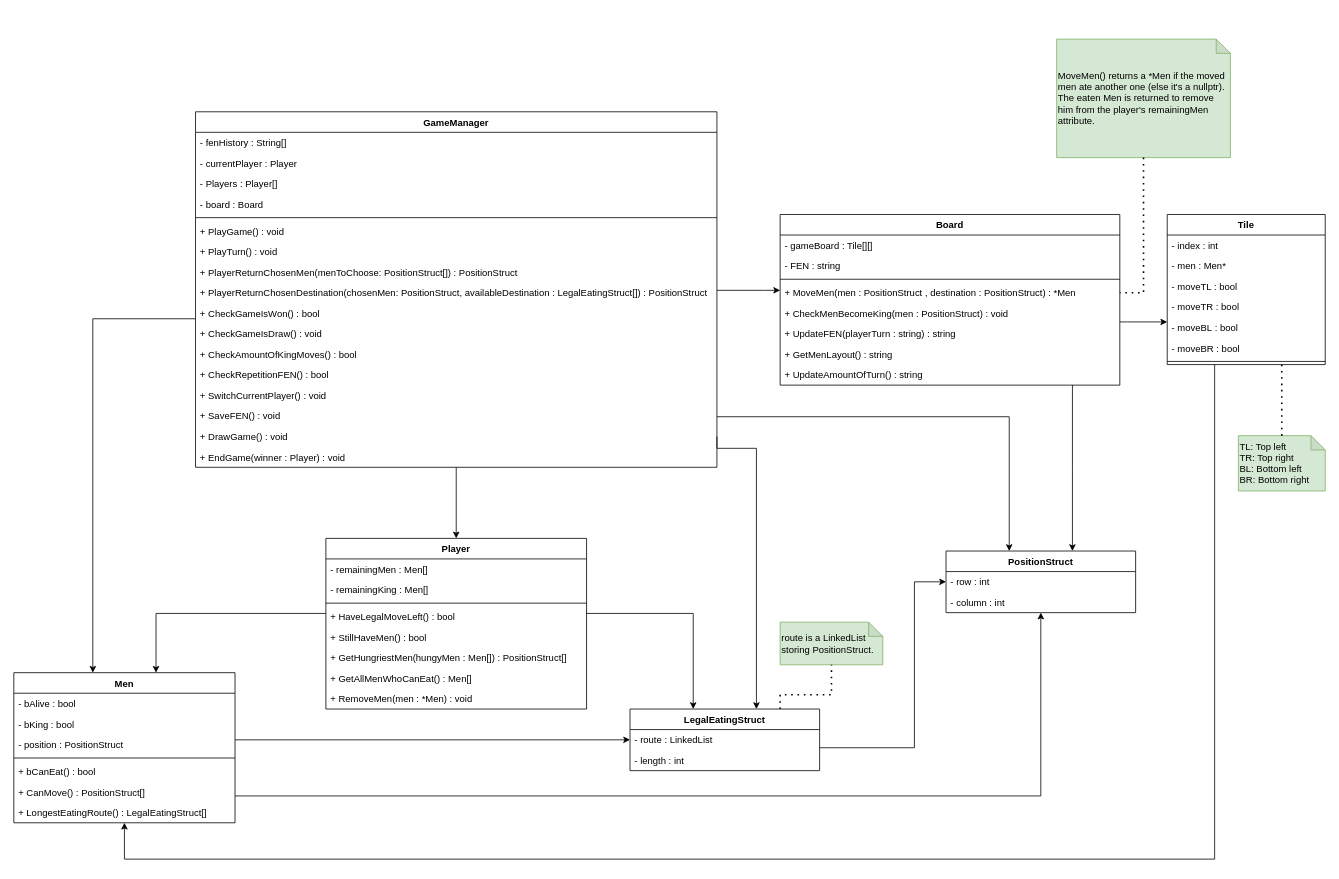
Before: page "Draughts Class Diagrams" (1 of 6) of Draughts.drawio in TheKrillenum/Draught, a draw.io diagram. Source tidied: cells renumbered, new cells numbered last; positions are measured from the earlier drawing's top-left corner, leaving out a move shared by most shapes. Both pictures are drawn from the tidied source at 79%, with x=0, y=0 at pixel (13, 39).
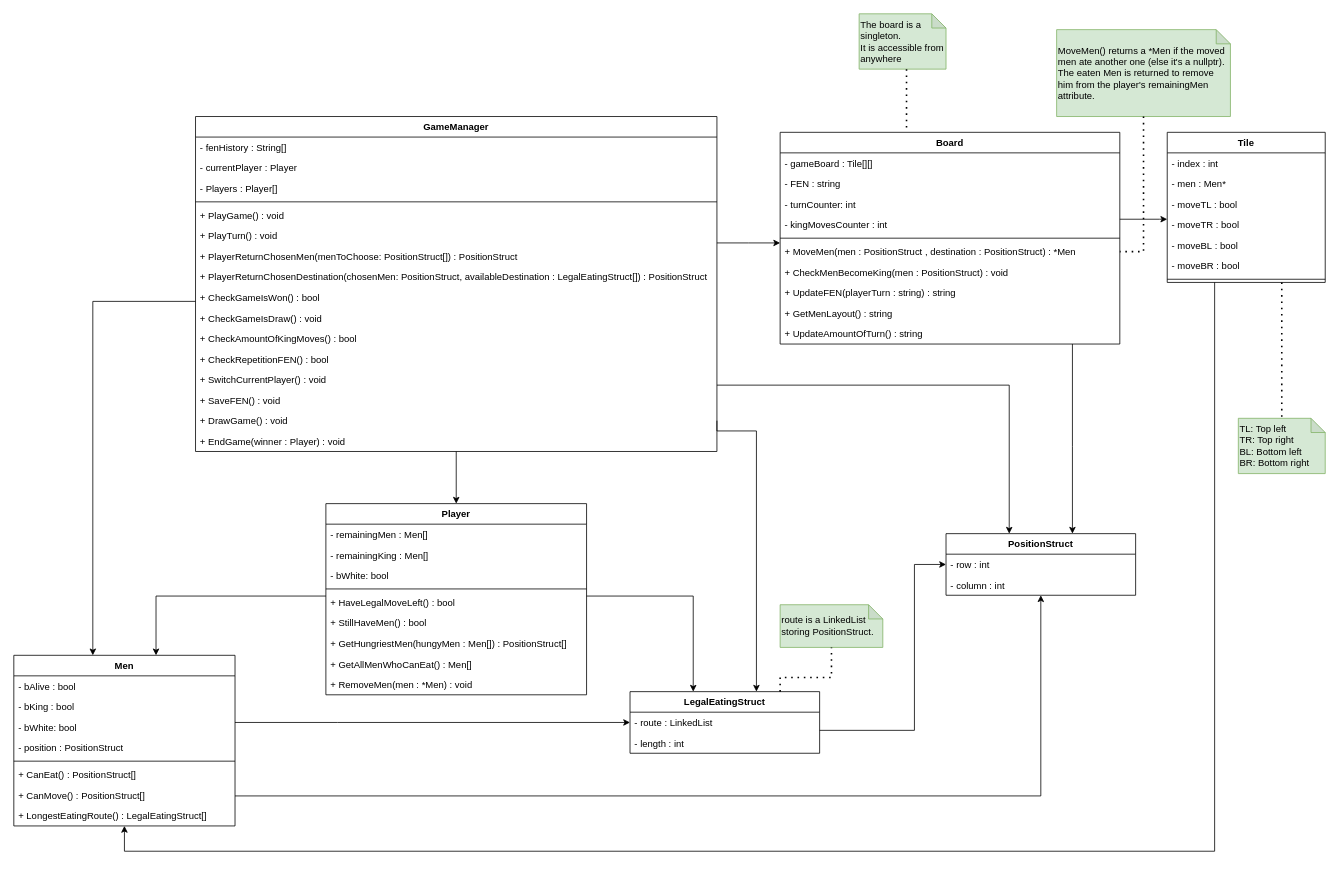
The same diagram, later.

Commit message (it also covers changes not shown here):
Board and Player activity diagram completed

Diff of the diagram source:
```diff
@@
     <mxCell id="2" value="Board" style="swimlane;fontStyle=1;align=center;verticalAlign=top;horizontal=1;startSize=26;" parent="1" vertex="1">
-      <mxGeometry x="970" y="222" width="430" height="216" as="geometry" />
+      <mxGeometry x="970" y="118" width="430" height="268" as="geometry" />
     </mxCell>
@@
+    <mxCell id="79" value="- FEN : string" style="text;strokeColor=none;fillColor=none;align=left;verticalAlign=top;spacingLeft=4;spacingRight=4;overflow=hidden;" parent="2" vertex="1">
+      <mxGeometry y="52" width="430" height="26" as="geometry" />
+    </mxCell>
+    <mxCell id="80" value="- turnCounter: int" style="text;strokeColor=none;fillColor=none;align=left;verticalAlign=top;spacingLeft=4;spacingRight=4;overflow=hidden;" parent="2" vertex="1">
+      <mxGeometry y="78" width="430" height="26" as="geometry" />
+    </mxCell>
-    <mxCell id="4" value="- FEN : string" style="text;strokeColor=none;fillColor=none;align=left;verticalAlign=top;spacingLeft=4;spacingRight=4;overflow=hidden;" parent="2" vertex="1">
-      <mxGeometry y="52" width="430" height="26" as="geometry" />
+    <mxCell id="4" value="- kingMovesCounter : int" style="text;strokeColor=none;fillColor=none;align=left;verticalAlign=top;spacingLeft=4;spacingRight=4;overflow=hidden;" parent="2" vertex="1">
+      <mxGeometry y="104" width="430" height="26" as="geometry" />
     </mxCell>
     <mxCell id="5" style="line;strokeWidth=1;fillColor=none;align=left;verticalAlign=middle;spacingTop=-1;spacingLeft=3;spacingRight=3;labelPosition=right;strokeColor=inherit;" parent="2" vertex="1">
-      <mxGeometry y="78" width="430" height="8" as="geometry" />
+      <mxGeometry y="130" width="430" height="8" as="geometry" />
     </mxCell>
     <mxCell id="6" value="+ MoveMen(men : PositionStruct , destination : PositionStruct) : *Men" style="text;strokeColor=none;fillColor=none;align=left;verticalAlign=top;spacingLeft=4;spacingRight=4;overflow=hidden;points=[[0,0.5],[1,0.5]];portConstraint=eastwest;" parent="2" vertex="1">
-      <mxGeometry y="86" width="430" height="26" as="geometry" />
+      <mxGeometry y="138" width="430" height="26" as="geometry" />
     </mxCell>
     <mxCell id="7" value="+ CheckMenBecomeKing(men : PositionStruct) : void" style="text;strokeColor=none;fillColor=none;align=left;verticalAlign=top;spacingLeft=4;spacingRight=4;overflow=hidden;" parent="2" vertex="1">
-      <mxGeometry y="112" width="430" height="26" as="geometry" />
+      <mxGeometry y="164" width="430" height="26" as="geometry" />
     </mxCell>
     <mxCell id="8" value="+ UpdateFEN(playerTurn : string) : string" style="text;strokeColor=none;fillColor=none;align=left;verticalAlign=top;spacingLeft=4;spacingRight=4;overflow=hidden;" parent="2" vertex="1">
-      <mxGeometry y="138" width="430" height="26" as="geometry" />
+      <mxGeometry y="190" width="430" height="26" as="geometry" />
     </mxCell>
     <mxCell id="9" value="+ GetMenLayout() : string" style="text;strokeColor=none;fillColor=none;align=left;verticalAlign=top;spacingLeft=4;spacingRight=4;overflow=hidden;" parent="2" vertex="1">
-      <mxGeometry y="164" width="430" height="26" as="geometry" />
+      <mxGeometry y="216" width="430" height="26" as="geometry" />
     </mxCell>
     <mxCell id="10" value="+ UpdateAmountOfTurn() : string" style="text;strokeColor=none;fillColor=none;align=left;verticalAlign=top;spacingLeft=4;spacingRight=4;overflow=hidden;" parent="2" vertex="1">
-      <mxGeometry y="190" width="430" height="26" as="geometry" />
+      <mxGeometry y="242" width="430" height="26" as="geometry" />
     </mxCell>
     <mxCell id="11" value="GameManager" style="swimlane;fontStyle=1;align=center;verticalAlign=top;horizontal=1;startSize=26;" parent="1" vertex="1">
-      <mxGeometry x="230" y="92" width="660" height="450" as="geometry" />
+      <mxGeometry x="230" y="98" width="660" height="424" as="geometry" />
     </mxCell>
@@
-    <mxCell id="15" value="- board : Board" style="text;strokeColor=none;fillColor=none;align=left;verticalAlign=top;spacingLeft=4;spacingRight=4;overflow=hidden;" parent="11" vertex="1">
-      <mxGeometry y="104" width="660" height="26" as="geometry" />
-    </mxCell>
     <mxCell id="16" style="line;strokeWidth=1;fillColor=none;align=left;verticalAlign=middle;spacingTop=-1;spacingLeft=3;spacingRight=3;labelPosition=right;strokeColor=inherit;" parent="11" vertex="1">
-      <mxGeometry y="130" width="660" height="8" as="geometry" />
+      <mxGeometry y="104" width="660" height="8" as="geometry" />
     </mxCell>
     <mxCell id="17" value="+ PlayGame() : void" style="text;strokeColor=none;fillColor=none;align=left;verticalAlign=top;spacingLeft=4;spacingRight=4;overflow=hidden;" parent="11" vertex="1">
-      <mxGeometry y="138" width="660" height="26" as="geometry" />
+      <mxGeometry y="112" width="660" height="26" as="geometry" />
     </mxCell>
     <mxCell id="18" value="+ PlayTurn() : void" style="text;strokeColor=none;fillColor=none;align=left;verticalAlign=top;spacingLeft=4;spacingRight=4;overflow=hidden;" parent="11" vertex="1">
-      <mxGeometry y="164" width="660" height="26" as="geometry" />
+      <mxGeometry y="138" width="660" height="26" as="geometry" />
     </mxCell>
     <mxCell id="19" value="+ PlayerReturnChosenMen(menToChoose: PositionStruct[]) : PositionStruct" style="text;strokeColor=none;fillColor=none;align=left;verticalAlign=top;spacingLeft=4;spacingRight=4;overflow=hidden;" parent="11" vertex="1">
-      <mxGeometry y="190" width="660" height="26" as="geometry" />
+      <mxGeometry y="164" width="660" height="26" as="geometry" />
     </mxCell>
     <mxCell id="20" value="+ PlayerReturnChosenDestination(chosenMen: PositionStruct, availableDestination : LegalEatingStruct[]) : PositionStruct" style="text;strokeColor=none;fillColor=none;align=left;verticalAlign=top;spacingLeft=4;spacingRight=4;overflow=hidden;fontSize=12;" parent="11" vertex="1">
-      <mxGeometry y="216" width="660" height="26" as="geometry" />
+      <mxGeometry y="190" width="660" height="26" as="geometry" />
     </mxCell>
     <mxCell id="21" value="+ CheckGameIsWon() : bool" style="text;strokeColor=none;fillColor=none;align=left;verticalAlign=top;spacingLeft=4;spacingRight=4;overflow=hidden;" parent="11" vertex="1">
-      <mxGeometry y="242" width="660" height="26" as="geometry" />
+      <mxGeometry y="216" width="660" height="26" as="geometry" />
     </mxCell>
     <mxCell id="22" value="+ CheckGameIsDraw() : void" style="text;strokeColor=none;fillColor=none;align=left;verticalAlign=top;spacingLeft=4;spacingRight=4;overflow=hidden;" parent="11" vertex="1">
-      <mxGeometry y="268" width="660" height="26" as="geometry" />
+      <mxGeometry y="242" width="660" height="26" as="geometry" />
     </mxCell>
     <mxCell id="23" value="+ CheckAmountOfKingMoves() : bool" style="text;strokeColor=none;fillColor=none;align=left;verticalAlign=top;spacingLeft=4;spacingRight=4;overflow=hidden;" parent="11" vertex="1">
-      <mxGeometry y="294" width="660" height="26" as="geometry" />
+      <mxGeometry y="268" width="660" height="26" as="geometry" />
     </mxCell>
     <mxCell id="24" value="+ CheckRepetitionFEN() : bool" style="text;strokeColor=none;fillColor=none;align=left;verticalAlign=top;spacingLeft=4;spacingRight=4;overflow=hidden;" parent="11" vertex="1">
-      <mxGeometry y="320" width="660" height="26" as="geometry" />
+      <mxGeometry y="294" width="660" height="26" as="geometry" />
     </mxCell>
     <mxCell id="25" value="+ SwitchCurrentPlayer() : void" style="text;strokeColor=none;fillColor=none;align=left;verticalAlign=top;spacingLeft=4;spacingRight=4;overflow=hidden;" parent="11" vertex="1">
-      <mxGeometry y="346" width="660" height="26" as="geometry" />
+      <mxGeometry y="320" width="660" height="26" as="geometry" />
     </mxCell>
     <mxCell id="26" value="+ SaveFEN() : void" style="text;strokeColor=none;fillColor=none;align=left;verticalAlign=top;spacingLeft=4;spacingRight=4;overflow=hidden;" parent="11" vertex="1">
-      <mxGeometry y="372" width="660" height="26" as="geometry" />
+      <mxGeometry y="346" width="660" height="26" as="geometry" />
     </mxCell>
     <mxCell id="27" value="+ DrawGame() : void" style="text;strokeColor=none;fillColor=none;align=left;verticalAlign=top;spacingLeft=4;spacingRight=4;overflow=hidden;points=[[0,0.5],[1,0.5]];portConstraint=eastwest;" parent="11" vertex="1">
-      <mxGeometry y="398" width="660" height="26" as="geometry" />
+      <mxGeometry y="372" width="660" height="26" as="geometry" />
     </mxCell>
     <mxCell id="28" value="+ EndGame(winner : Player) : void" style="text;strokeColor=none;fillColor=none;align=left;verticalAlign=top;spacingLeft=4;spacingRight=4;overflow=hidden;" parent="11" vertex="1">
-      <mxGeometry y="424" width="660" height="26" as="geometry" />
+      <mxGeometry y="398" width="660" height="26" as="geometry" />
     </mxCell>
     <mxCell id="29" value="Men" style="swimlane;fontStyle=1;align=center;verticalAlign=top;horizontal=1;startSize=26;" parent="1" vertex="1">
-      <mxGeometry y="802" width="280" height="190" as="geometry" />
+      <mxGeometry y="780" width="280" height="216" as="geometry" />
     </mxCell>
@@
-    <mxCell id="32" value="- position : PositionStruct" style="text;strokeColor=none;fillColor=none;align=left;verticalAlign=top;spacingLeft=4;spacingRight=4;overflow=hidden;" parent="29" vertex="1">
+    <mxCell id="32" value="- bWhite: bool" style="text;strokeColor=none;fillColor=none;align=left;verticalAlign=top;spacingLeft=4;spacingRight=4;overflow=hidden;" parent="29" vertex="1">
       <mxGeometry y="78" width="280" height="26" as="geometry" />
     </mxCell>
+    <mxCell id="81" value="- position : PositionStruct" style="text;strokeColor=none;fillColor=none;align=left;verticalAlign=top;spacingLeft=4;spacingRight=4;overflow=hidden;" parent="29" vertex="1">
+      <mxGeometry y="104" width="280" height="26" as="geometry" />
+    </mxCell>
     <mxCell id="33" style="line;strokeWidth=1;fillColor=none;align=left;verticalAlign=middle;spacingTop=-1;spacingLeft=3;spacingRight=3;labelPosition=right;strokeColor=inherit;" parent="29" vertex="1">
-      <mxGeometry y="104" width="280" height="8" as="geometry" />
+      <mxGeometry y="130" width="280" height="8" as="geometry" />
     </mxCell>
-    <mxCell id="34" value="+ bCanEat() : bool" style="text;strokeColor=none;fillColor=none;align=left;verticalAlign=top;spacingLeft=4;spacingRight=4;overflow=hidden;" parent="29" vertex="1">
-      <mxGeometry y="112" width="280" height="26" as="geometry" />
+    <mxCell id="34" value="+ CanEat() : PositionStruct[]" style="text;strokeColor=none;fillColor=none;align=left;verticalAlign=top;spacingLeft=4;spacingRight=4;overflow=hidden;" parent="29" vertex="1">
+      <mxGeometry y="138" width="280" height="26" as="geometry" />
     </mxCell>
     <mxCell id="35" value="+ CanMove() : PositionStruct[]" style="text;strokeColor=none;fillColor=none;align=left;verticalAlign=top;spacingLeft=4;spacingRight=4;overflow=hidden;" parent="29" vertex="1">
-      <mxGeometry y="138" width="280" height="26" as="geometry" />
+      <mxGeometry y="164" width="280" height="26" as="geometry" />
     </mxCell>
     <mxCell id="36" value="+ LongestEatingRoute() : LegalEatingStruct[]" style="text;strokeColor=none;fillColor=none;align=left;verticalAlign=top;spacingLeft=4;spacingRight=4;overflow=hidden;" parent="29" vertex="1">
-      <mxGeometry y="164" width="280" height="26" as="geometry" />
+      <mxGeometry y="190" width="280" height="26" as="geometry" />
     </mxCell>
     <mxCell id="37" value="LegalEatingStruct" style="swimlane;fontStyle=1;align=center;verticalAlign=top;horizontal=1;startSize=26;" parent="1" vertex="1">
-      <mxGeometry x="780" y="848" width="240" height="78" as="geometry" />
+      <mxGeometry x="780" y="826" width="240" height="78" as="geometry" />
     </mxCell>
@@
     <mxCell id="40" value="PositionStruct" style="swimlane;fontStyle=1;align=center;verticalAlign=top;horizontal=1;startSize=26;" parent="1" vertex="1">
-      <mxGeometry x="1180" y="648" width="240" height="78" as="geometry" />
+      <mxGeometry x="1180" y="626" width="240" height="78" as="geometry" />
     </mxCell>
@@
     <mxCell id="43" value="Player" style="swimlane;fontStyle=1;align=center;verticalAlign=top;horizontal=1;startSize=26;" parent="1" vertex="1">
-      <mxGeometry x="395" y="632" width="330" height="216" as="geometry" />
+      <mxGeometry x="395" y="588" width="330" height="242" as="geometry" />
     </mxCell>
@@
+    <mxCell id="82" value="- bWhite: bool" style="text;strokeColor=none;fillColor=none;align=left;verticalAlign=top;spacingLeft=4;spacingRight=4;overflow=hidden;" parent="43" vertex="1">
+      <mxGeometry y="78" width="330" height="26" as="geometry" />
+    </mxCell>
     <mxCell id="46" style="line;strokeWidth=1;fillColor=none;align=left;verticalAlign=middle;spacingTop=-1;spacingLeft=3;spacingRight=3;labelPosition=right;strokeColor=inherit;" parent="43" vertex="1">
-      <mxGeometry y="78" width="330" height="8" as="geometry" />
+      <mxGeometry y="104" width="330" height="8" as="geometry" />
     </mxCell>
     <mxCell id="47" value="+ HaveLegalMoveLeft() : bool" style="text;strokeColor=none;fillColor=none;align=left;verticalAlign=top;spacingLeft=4;spacingRight=4;overflow=hidden;" parent="43" vertex="1">
-      <mxGeometry y="86" width="330" height="26" as="geometry" />
+      <mxGeometry y="112" width="330" height="26" as="geometry" />
     </mxCell>
     <mxCell id="48" value="+ StillHaveMen() : bool" style="text;strokeColor=none;fillColor=none;align=left;verticalAlign=top;spacingLeft=4;spacingRight=4;overflow=hidden;" parent="43" vertex="1">
-      <mxGeometry y="112" width="330" height="26" as="geometry" />
+      <mxGeometry y="138" width="330" height="26" as="geometry" />
     </mxCell>
     <mxCell id="49" value="+ GetHungriestMen(hungyMen : Men[]) : PositionStruct[]" style="text;strokeColor=none;fillColor=none;align=left;verticalAlign=top;spacingLeft=4;spacingRight=4;overflow=hidden;" parent="43" vertex="1">
-      <mxGeometry y="138" width="330" height="26" as="geometry" />
+      <mxGeometry y="164" width="330" height="26" as="geometry" />
     </mxCell>
     <mxCell id="50" value="+ GetAllMenWhoCanEat() : Men[]" style="text;strokeColor=none;fillColor=none;align=left;verticalAlign=top;spacingLeft=4;spacingRight=4;overflow=hidden;" parent="43" vertex="1">
-      <mxGeometry y="164" width="330" height="26" as="geometry" />
+      <mxGeometry y="190" width="330" height="26" as="geometry" />
     </mxCell>
     <mxCell id="51" value="+ RemoveMen(men : *Men) : void" style="text;strokeColor=none;fillColor=none;align=left;verticalAlign=top;spacingLeft=4;spacingRight=4;overflow=hidden;" parent="43" vertex="1">
-      <mxGeometry y="190" width="330" height="26" as="geometry" />
+      <mxGeometry y="216" width="330" height="26" as="geometry" />
     </mxCell>
     <mxCell id="52" value="Tile" style="swimlane;fontStyle=1;align=center;verticalAlign=top;horizontal=1;startSize=26;" parent="1" vertex="1">
-      <mxGeometry x="1460" y="222" width="200" height="190" as="geometry" />
+      <mxGeometry x="1460" y="118" width="200" height="190" as="geometry" />
     </mxCell>
@@
     <mxCell id="60" value="MoveMen() returns a *Men if the moved men ate another one (else it's a nullptr). The eaten Men is returned to remove him from the player's remainingMen attribute." style="shape=note;whiteSpace=wrap;html=1;backgroundOutline=1;darkOpacity=0.05;align=left;size=18;fillColor=#d5e8d4;strokeColor=#82b366;" parent="1" vertex="1">
-      <mxGeometry x="1320" width="220" height="150" as="geometry" />
+      <mxGeometry x="1320" y="-12" width="220" height="110" as="geometry" />
     </mxCell>
@@
     <mxCell id="63" style="edgeStyle=orthogonalEdgeStyle;jettySize=auto;html=1;rounded=0;" parent="1" edge="1" source="11" target="29">
       <mxGeometry relative="1" as="geometry">
         <Array as="points">
-          <mxPoint x="100" y="354" />
+          <mxPoint x="100" y="332" />
         </Array>
       </mxGeometry>
     </mxCell>
     <mxCell id="64" style="edgeStyle=orthogonalEdgeStyle;jettySize=auto;html=1;rounded=0;" parent="1" edge="1" source="43" target="29">
       <mxGeometry relative="1" as="geometry">
         <Array as="points">
-          <mxPoint x="180" y="727" />
+          <mxPoint x="180" y="705" />
         </Array>
       </mxGeometry>
     </mxCell>
     <mxCell id="65" style="edgeStyle=orthogonalEdgeStyle;jettySize=auto;html=1;rounded=0;" parent="1" edge="1" source="43" target="37">
       <mxGeometry relative="1" as="geometry">
         <Array as="points">
-          <mxPoint x="860" y="727" />
+          <mxPoint x="860" y="705" />
         </Array>
       </mxGeometry>
     </mxCell>
     <mxCell id="66" style="edgeStyle=orthogonalEdgeStyle;jettySize=auto;html=1;rounded=0;exitX=1;exitY=0.5;exitDx=0;exitDy=0;" parent="1" edge="1" source="27" target="37">
       <mxGeometry relative="1" as="geometry">
         <Array as="points">
-          <mxPoint x="890" y="518" />
-          <mxPoint x="940" y="518" />
+          <mxPoint x="890" y="496" />
+          <mxPoint x="940" y="496" />
         </Array>
       </mxGeometry>
     </mxCell>
     <mxCell id="67" style="edgeStyle=orthogonalEdgeStyle;jettySize=auto;html=1;rounded=0;" parent="1" edge="1" source="2" target="52">
       <mxGeometry relative="1" as="geometry">
         <Array as="points">
-          <mxPoint x="1410" y="358" />
-          <mxPoint x="1410" y="358" />
+          <mxPoint x="1450" y="228" />
+          <mxPoint x="1450" y="228" />
         </Array>
       </mxGeometry>
     </mxCell>
     <mxCell id="68" style="edgeStyle=orthogonalEdgeStyle;jettySize=auto;html=1;rounded=0;" parent="1" edge="1" source="29" target="37">
       <mxGeometry relative="1" as="geometry">
         <Array as="points">
-          <mxPoint x="410" y="887" />
-          <mxPoint x="410" y="887" />
+          <mxPoint x="410" y="865" />
+          <mxPoint x="410" y="865" />
         </Array>
       </mxGeometry>
     </mxCell>
     <mxCell id="69" style="edgeStyle=orthogonalEdgeStyle;jettySize=auto;html=1;rounded=0;" parent="1" edge="1" source="11" target="2">
       <mxGeometry relative="1" as="geometry">
         <Array as="points">
-          <mxPoint x="950" y="318" />
-          <mxPoint x="950" y="318" />
+          <mxPoint x="930" y="258" />
+          <mxPoint x="930" y="258" />
         </Array>
       </mxGeometry>
     </mxCell>
     <mxCell id="70" style="edgeStyle=orthogonalEdgeStyle;jettySize=auto;html=1;rounded=0;" parent="1" edge="1" source="2" target="40">
       <mxGeometry relative="1" as="geometry">
         <Array as="points">
-          <mxPoint x="1340" y="538" />
-          <mxPoint x="1340" y="538" />
+          <mxPoint x="1340" y="516" />
+          <mxPoint x="1340" y="516" />
         </Array>
       </mxGeometry>
     </mxCell>
     <mxCell id="71" style="edgeStyle=orthogonalEdgeStyle;jettySize=auto;html=1;rounded=0;" parent="1" edge="1" source="11" target="40">
       <mxGeometry relative="1" as="geometry">
         <Array as="points">
-          <mxPoint x="1260" y="478" />
+          <mxPoint x="1260" y="438" />
         </Array>
       </mxGeometry>
     </mxCell>
     <mxCell id="72" value="TL: Top left&lt;br&gt;TR: Top right&lt;br&gt;BL: Bottom left&lt;br&gt;BR: Bottom right" style="shape=note;whiteSpace=wrap;html=1;backgroundOutline=1;darkOpacity=0.05;align=left;size=18;fillColor=#d5e8d4;strokeColor=#82b366;" parent="1" vertex="1">
-      <mxGeometry x="1550" y="502" width="110" height="70" as="geometry" />
+      <mxGeometry x="1550" y="480" width="110" height="70" as="geometry" />
     </mxCell>
     <mxCell id="73" style="endArrow=none;dashed=1;html=1;dashPattern=1 3;strokeWidth=2;rounded=0;fontSize=16;edgeStyle=orthogonalEdgeStyle;" parent="1" edge="1" source="52" target="72">
       <mxGeometry relative="1" as="geometry">
         <Array as="points">
-          <mxPoint x="1605" y="438" />
-          <mxPoint x="1605" y="438" />
+          <mxPoint x="1605" y="416" />
+          <mxPoint x="1605" y="416" />
         </Array>
       </mxGeometry>
     </mxCell>
     <mxCell id="74" value="route is a LinkedList storing PositionStruct." style="shape=note;whiteSpace=wrap;html=1;backgroundOutline=1;darkOpacity=0.05;align=left;size=18;fillColor=#d5e8d4;strokeColor=#82b366;" parent="1" vertex="1">
-      <mxGeometry x="970" y="738" width="130" height="54" as="geometry" />
+      <mxGeometry x="970" y="716" width="130" height="54" as="geometry" />
     </mxCell>
     <mxCell id="75" style="endArrow=none;dashed=1;html=1;dashPattern=1 3;strokeWidth=2;rounded=0;edgeStyle=orthogonalEdgeStyle;" parent="1" edge="1" source="37" target="74">
       <mxGeometry relative="1" as="geometry">
         <Array as="points">
-          <mxPoint x="970" y="830" />
-          <mxPoint x="1035" y="830" />
+          <mxPoint x="970" y="808" />
+          <mxPoint x="1035" y="808" />
         </Array>
       </mxGeometry>
     </mxCell>
     <mxCell id="76" style="edgeStyle=orthogonalEdgeStyle;jettySize=auto;html=1;rounded=0;" parent="1" edge="1" source="37" target="40">
       <mxGeometry relative="1" as="geometry">
         <Array as="points">
-          <mxPoint x="1140" y="897" />
-          <mxPoint x="1140" y="687" />
+          <mxPoint x="1140" y="875" />
+          <mxPoint x="1140" y="665" />
         </Array>
       </mxGeometry>
     </mxCell>
     <mxCell id="77" style="edgeStyle=orthogonalEdgeStyle;jettySize=auto;html=1;rounded=0;fontSize=12;" parent="1" edge="1" source="52" target="29">
       <mxGeometry relative="1" as="geometry">
         <Array as="points">
-          <mxPoint x="1520" y="1038" />
-          <mxPoint x="140" y="1038" />
+          <mxPoint x="1520" y="1028" />
+          <mxPoint x="140" y="1028" />
         </Array>
       </mxGeometry>
     </mxCell>
@@
+    <mxCell id="83" value="The board is a singleton.&lt;br&gt;It is accessible from anywhere" style="shape=note;whiteSpace=wrap;html=1;backgroundOutline=1;darkOpacity=0.05;align=left;size=18;fillColor=#d5e8d4;strokeColor=#82b366;" parent="1" vertex="1">
+      <mxGeometry x="1070" y="-32" width="110" height="70" as="geometry" />
+    </mxCell>
+    <mxCell id="84" style="endArrow=none;dashed=1;html=1;dashPattern=1 3;strokeWidth=2;rounded=0;fontSize=16;edgeStyle=orthogonalEdgeStyle;" parent="1" edge="1" source="83" target="2">
+      <mxGeometry relative="1" as="geometry">
+        <Array as="points">
+          <mxPoint x="1130" y="88" />
+          <mxPoint x="1130" y="88" />
+        </Array>
+      </mxGeometry>
+    </mxCell>
```
